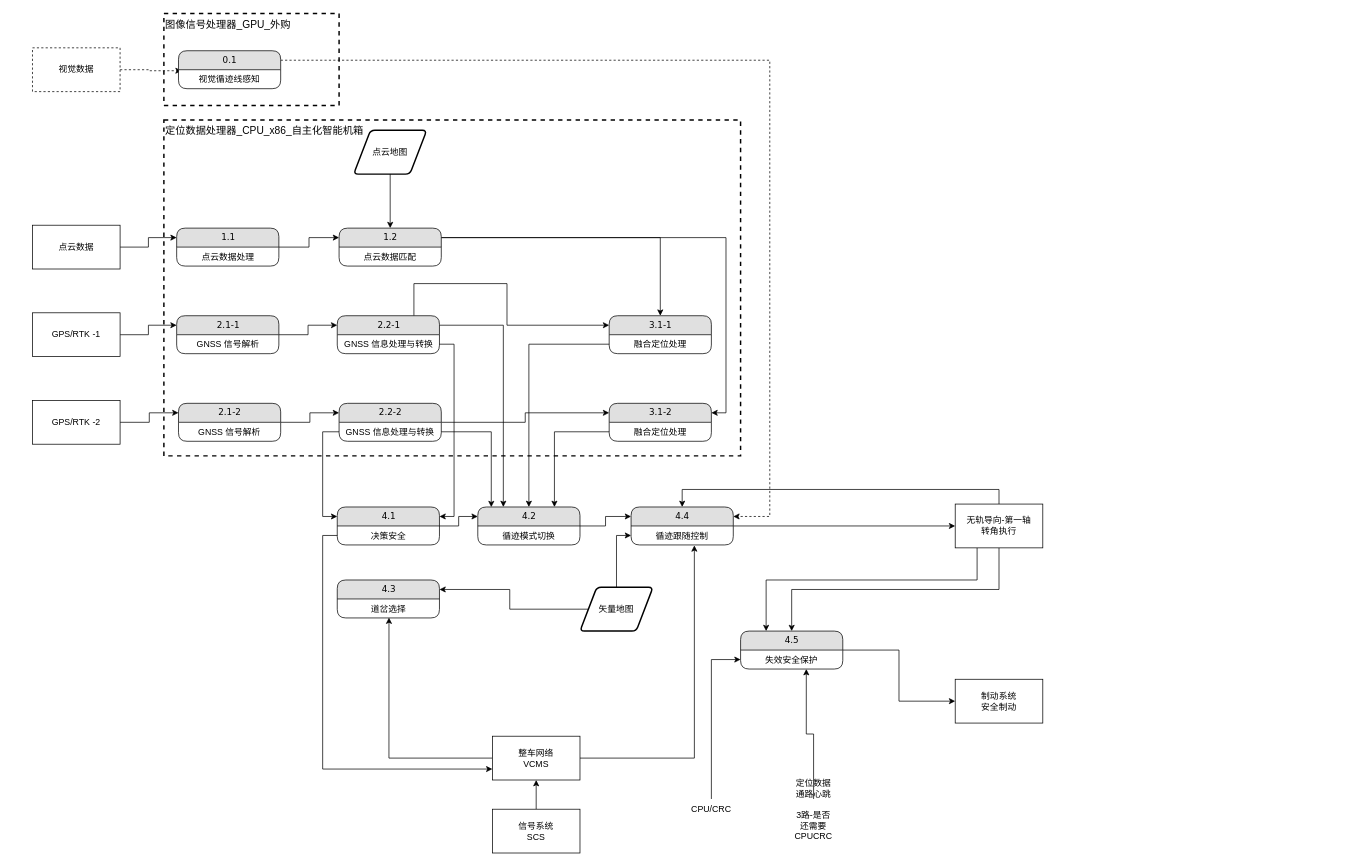
The draw.io diagram page "数据流" (2 of 2) of 马来循迹控制_SIL2方案.drawio in FrankWong-cs/SharingwithColleagues, before the edit. Source tidied: cells renumbered, new cells numbered last; positions are measured from the earlier drawing's top-left corner, leaving out a move shared by most shapes. Both pictures are drawn from the tidied source at 73%, with x=0, y=0 at pixel (32, 13).
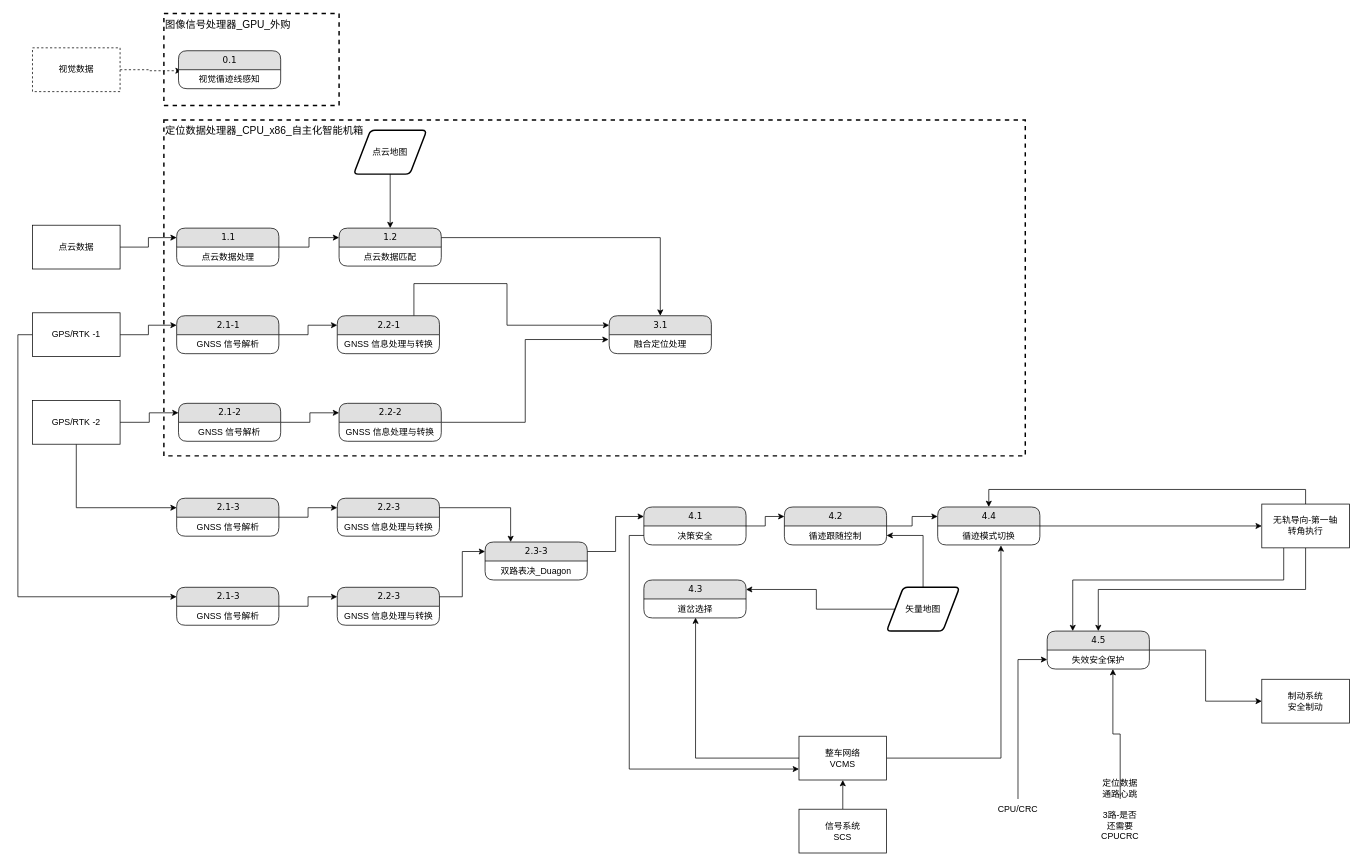
After the change.

The change refers to these unchanged cells:
```xml
<mxCell id="7" value="GPS/RTK -1" style="rounded=0;whiteSpace=wrap;html=1;" parent="1" vertex="1">
  <mxGeometry y="410" width="120" height="60" as="geometry" />
</mxCell>
<mxCell id="9" value="GPS/RTK -2" style="rounded=0;whiteSpace=wrap;html=1;" parent="1" vertex="1">
  <mxGeometry y="530" width="120" height="60" as="geometry" />
</mxCell>
<mxCell id="18" value="0.1" style="swimlane;html=1;fontStyle=0;horizontal=1;startSize=26;fillColor=#e0e0e0;swimlaneFillColor=#ffffff;align=center;rounded=1;shadow=0;comic=0;labelBackgroundColor=none;strokeWidth=1;fontFamily=Verdana;fontSize=12;" parent="1" vertex="1">
  <mxGeometry x="200" y="51" width="140" height="52" as="geometry" />
</mxCell>
<mxCell id="29" value="1.2" style="swimlane;html=1;fontStyle=0;horizontal=1;startSize=26;fillColor=#e0e0e0;swimlaneFillColor=#ffffff;align=center;rounded=1;shadow=0;comic=0;labelBackgroundColor=none;strokeWidth=1;fontFamily=Verdana;fontSize=12;" parent="1" vertex="1">
  <mxGeometry x="420" y="294" width="140" height="52" as="geometry" />
</mxCell>
<mxCell id="33" value="2.2-1" style="swimlane;html=1;fontStyle=0;horizontal=1;startSize=26;fillColor=#e0e0e0;swimlaneFillColor=#ffffff;align=center;rounded=1;shadow=0;comic=0;labelBackgroundColor=none;strokeWidth=1;fontFamily=Verdana;fontSize=12;" parent="1" vertex="1">
  <mxGeometry x="417.5" y="414" width="140" height="52" as="geometry" />
</mxCell>
<mxCell id="34" value="GNSS 信息处理与转换" style="text;html=1;strokeColor=none;fillColor=none;spacingLeft=4;spacingRight=4;whiteSpace=wrap;overflow=hidden;points=[[0,0.5],[1,0.5]];portConstraint=eastwest;align=center;" parent="33" vertex="1">
  <mxGeometry y="26" width="140" height="26" as="geometry" />
</mxCell>
<mxCell id="36" value="融合定位处理" style="text;html=1;strokeColor=none;fillColor=none;spacingLeft=4;spacingRight=4;whiteSpace=wrap;overflow=hidden;points=[[0,0.5],[1,0.5]];portConstraint=eastwest;align=center;" parent="35" vertex="1">
  <mxGeometry y="26" width="140" height="26" as="geometry" />
</mxCell>
<mxCell id="41" value="2.2-2" style="swimlane;html=1;fontStyle=0;horizontal=1;startSize=26;fillColor=#e0e0e0;swimlaneFillColor=#ffffff;align=center;rounded=1;shadow=0;comic=0;labelBackgroundColor=none;strokeWidth=1;fontFamily=Verdana;fontSize=12;" parent="1" vertex="1">
  <mxGeometry x="420" y="534" width="140" height="52" as="geometry" />
</mxCell>
<mxCell id="42" value="GNSS 信息处理与转换" style="text;html=1;strokeColor=none;fillColor=none;spacingLeft=4;spacingRight=4;whiteSpace=wrap;overflow=hidden;points=[[0,0.5],[1,0.5]];portConstraint=eastwest;align=center;" parent="41" vertex="1">
  <mxGeometry y="26" width="140" height="26" as="geometry" />
</mxCell>
```

Diff of the diagram source:
```diff
@@
     <mxCell id="3" value="定位数据处理器_CPU_x86_自主化智能机箱" style="rounded=0;whiteSpace=wrap;html=1;fillColor=none;dashed=1;strokeWidth=2;align=left;verticalAlign=top;fontSize=14;" parent="1" vertex="1">
-      <mxGeometry x="180" y="146" width="790" height="460" as="geometry" />
+      <mxGeometry x="180" y="146" width="1180" height="460" as="geometry" />
     </mxCell>
@@
+    <mxCell id="78" style="edgeStyle=orthogonalEdgeStyle;rounded=0;jettySize=auto;html=1;exitX=0;exitY=0.5;exitDx=0;exitDy=0;entryX=0;entryY=0.25;entryDx=0;entryDy=0;" parent="1" edge="1" source="7" target="88">
+      <mxGeometry relative="1" as="geometry" />
+    </mxCell>
@@
+    <mxCell id="79" style="edgeStyle=orthogonalEdgeStyle;rounded=0;jettySize=auto;html=1;exitX=0.5;exitY=1;exitDx=0;exitDy=0;entryX=0;entryY=0.25;entryDx=0;entryDy=0;" parent="1" edge="1" source="9" target="81">
+      <mxGeometry relative="1" as="geometry" />
+    </mxCell>
@@
     <mxCell id="14" style="edgeStyle=orthogonalEdgeStyle;rounded=0;jettySize=auto;html=1;exitX=0.25;exitY=1;exitDx=0;exitDy=0;entryX=0.25;entryY=0;entryDx=0;entryDy=0;" parent="1" edge="1" source="15" target="56">
       <mxGeometry relative="1" as="geometry">
         <Array as="points">
-          <mxPoint x="1294" y="776" />
-          <mxPoint x="1005" y="776" />
+          <mxPoint x="1714" y="776" />
+          <mxPoint x="1425" y="776" />
         </Array>
       </mxGeometry>
     </mxCell>
     <mxCell id="15" value="无轨导向-第一轴&lt;br&gt;转角执行" style="rounded=0;whiteSpace=wrap;html=1;" parent="1" vertex="1">
-      <mxGeometry x="1264" y="672" width="120" height="60" as="geometry" />
+      <mxGeometry x="1684" y="672" width="120" height="60" as="geometry" />
     </mxCell>
     <mxCell id="16" value="制动系统&lt;br&gt;安全制动" style="rounded=0;whiteSpace=wrap;html=1;" parent="1" vertex="1">
-      <mxGeometry x="1264" y="912" width="120" height="60" as="geometry" />
+      <mxGeometry x="1684" y="912" width="120" height="60" as="geometry" />
     </mxCell>
-    <mxCell id="17" style="edgeStyle=orthogonalEdgeStyle;rounded=0;jettySize=auto;html=1;exitX=1;exitY=0.25;exitDx=0;exitDy=0;entryX=1;entryY=0.25;entryDx=0;entryDy=0;dashed=1;" parent="1" edge="1" source="18" target="53">
-      <mxGeometry relative="1" as="geometry">
-        <Array as="points">
-          <mxPoint x="1010" y="64" />
-          <mxPoint x="1010" y="689" />
-        </Array>
-      </mxGeometry>
-    </mxCell>
@@
-    <mxCell id="28" style="edgeStyle=orthogonalEdgeStyle;rounded=0;jettySize=auto;html=1;exitX=1;exitY=0.25;exitDx=0;exitDy=0;entryX=1;entryY=0.25;entryDx=0;entryDy=0;" parent="1" edge="1" source="29" target="43">
-      <mxGeometry relative="1" as="geometry" />
-    </mxCell>
@@
-    <mxCell id="32" style="edgeStyle=orthogonalEdgeStyle;rounded=0;jettySize=auto;html=1;exitX=1;exitY=0.25;exitDx=0;exitDy=0;entryX=0.25;entryY=0;entryDx=0;entryDy=0;" parent="1" edge="1" source="33" target="48">
-      <mxGeometry relative="1" as="geometry" />
-    </mxCell>
@@
-    <mxCell id="35" value="3.1-1" style="swimlane;html=1;fontStyle=0;horizontal=1;startSize=26;fillColor=#e0e0e0;swimlaneFillColor=#ffffff;align=center;rounded=1;shadow=0;comic=0;labelBackgroundColor=none;strokeWidth=1;fontFamily=Verdana;fontSize=12;" parent="1" vertex="1">
+    <mxCell id="35" value="3.1" style="swimlane;html=1;fontStyle=0;horizontal=1;startSize=26;fillColor=#e0e0e0;swimlaneFillColor=#ffffff;align=center;rounded=1;shadow=0;comic=0;labelBackgroundColor=none;strokeWidth=1;fontFamily=Verdana;fontSize=12;" parent="1" vertex="1">
       <mxGeometry x="790" y="414" width="140" height="52" as="geometry" />
     </mxCell>
@@
-    <mxCell id="40" style="edgeStyle=orthogonalEdgeStyle;rounded=0;jettySize=auto;html=1;exitX=1;exitY=0.5;exitDx=0;exitDy=0;entryX=0;entryY=0.25;entryDx=0;entryDy=0;" parent="1" edge="1" source="41" target="43">
+    <mxCell id="40" style="edgeStyle=orthogonalEdgeStyle;rounded=0;jettySize=auto;html=1;exitX=1;exitY=0.5;exitDx=0;exitDy=0;entryX=-0.006;entryY=0.254;entryDx=0;entryDy=0;entryPerimeter=0;" parent="1" edge="1" source="41" target="36">
       <mxGeometry relative="1" as="geometry" />
     </mxCell>
@@
-    <mxCell id="43" value="3.1-2" style="swimlane;html=1;fontStyle=0;horizontal=1;startSize=26;fillColor=#e0e0e0;swimlaneFillColor=#ffffff;align=center;rounded=1;shadow=0;comic=0;labelBackgroundColor=none;strokeWidth=1;fontFamily=Verdana;fontSize=12;" parent="1" vertex="1">
-      <mxGeometry x="790" y="534" width="140" height="52" as="geometry" />
-    </mxCell>
-    <mxCell id="44" value="融合定位处理" style="text;html=1;strokeColor=none;fillColor=none;spacingLeft=4;spacingRight=4;whiteSpace=wrap;overflow=hidden;points=[[0,0.5],[1,0.5]];portConstraint=eastwest;align=center;" parent="43" vertex="1">
-      <mxGeometry y="26" width="140" height="26" as="geometry" />
-    </mxCell>
     <mxCell id="45" value="4.1" style="swimlane;html=1;fontStyle=0;horizontal=1;startSize=26;fillColor=#e0e0e0;swimlaneFillColor=#ffffff;align=center;rounded=1;shadow=0;comic=0;labelBackgroundColor=none;strokeWidth=1;fontFamily=Verdana;fontSize=12;" parent="1" vertex="1">
-      <mxGeometry x="417.5" y="676" width="140" height="52" as="geometry" />
+      <mxGeometry x="837.5" y="676" width="140" height="52" as="geometry" />
     </mxCell>
@@
     <mxCell id="48" value="4.2" style="swimlane;html=1;fontStyle=0;horizontal=1;startSize=26;fillColor=#e0e0e0;swimlaneFillColor=#ffffff;align=center;rounded=1;shadow=0;comic=0;labelBackgroundColor=none;strokeWidth=1;fontFamily=Verdana;fontSize=12;" parent="1" vertex="1">
-      <mxGeometry x="610" y="676" width="140" height="52" as="geometry" />
+      <mxGeometry x="1030" y="676" width="140" height="52" as="geometry" />
     </mxCell>
-    <mxCell id="49" value="循迹模式切换" style="text;html=1;strokeColor=none;fillColor=none;spacingLeft=4;spacingRight=4;whiteSpace=wrap;overflow=hidden;points=[[0,0.5],[1,0.5]];portConstraint=eastwest;align=center;" parent="48" vertex="1">
+    <mxCell id="49" value="循迹跟随控制" style="text;html=1;strokeColor=none;fillColor=none;spacingLeft=4;spacingRight=4;whiteSpace=wrap;overflow=hidden;points=[[0,0.5],[1,0.5]];portConstraint=eastwest;align=center;" parent="48" vertex="1">
       <mxGeometry y="26" width="140" height="26" as="geometry" />
     </mxCell>
     <mxCell id="50" value="4.3" style="swimlane;html=1;fontStyle=0;horizontal=1;startSize=26;fillColor=#e0e0e0;swimlaneFillColor=#ffffff;align=center;rounded=1;shadow=0;comic=0;labelBackgroundColor=none;strokeWidth=1;fontFamily=Verdana;fontSize=12;" parent="1" vertex="1">
-      <mxGeometry x="417.5" y="776" width="140" height="52" as="geometry" />
+      <mxGeometry x="837.5" y="776" width="140" height="52" as="geometry" />
     </mxCell>
@@
     <mxCell id="53" value="4.4" style="swimlane;html=1;fontStyle=0;horizontal=1;startSize=26;fillColor=#e0e0e0;swimlaneFillColor=#ffffff;align=center;rounded=1;shadow=0;comic=0;labelBackgroundColor=none;strokeWidth=1;fontFamily=Verdana;fontSize=12;" parent="1" vertex="1">
-      <mxGeometry x="820" y="676" width="140" height="52" as="geometry" />
+      <mxGeometry x="1240" y="676" width="140" height="52" as="geometry" />
     </mxCell>
-    <mxCell id="54" value="循迹跟随控制" style="text;html=1;strokeColor=none;fillColor=none;spacingLeft=4;spacingRight=4;whiteSpace=wrap;overflow=hidden;points=[[0,0.5],[1,0.5]];portConstraint=eastwest;align=center;" parent="53" vertex="1">
+    <mxCell id="54" value="循迹模式切换" style="text;html=1;strokeColor=none;fillColor=none;spacingLeft=4;spacingRight=4;whiteSpace=wrap;overflow=hidden;points=[[0,0.5],[1,0.5]];portConstraint=eastwest;align=center;" parent="53" vertex="1">
       <mxGeometry y="26" width="140" height="26" as="geometry" />
     </mxCell>
@@
     <mxCell id="56" value="4.5" style="swimlane;html=1;fontStyle=0;horizontal=1;startSize=26;fillColor=#e0e0e0;swimlaneFillColor=#ffffff;align=center;rounded=1;shadow=0;comic=0;labelBackgroundColor=none;strokeWidth=1;fontFamily=Verdana;fontSize=12;" parent="1" vertex="1">
-      <mxGeometry x="970" y="846" width="140" height="52" as="geometry" />
+      <mxGeometry x="1390" y="846" width="140" height="52" as="geometry" />
     </mxCell>
@@
-    <mxCell id="58" style="edgeStyle=orthogonalEdgeStyle;rounded=0;jettySize=auto;html=1;exitX=0;exitY=0.5;exitDx=0;exitDy=0;entryX=0.5;entryY=0;entryDx=0;entryDy=0;" parent="1" edge="1" source="36" target="48">
-      <mxGeometry relative="1" as="geometry" />
-    </mxCell>
-    <mxCell id="59" style="edgeStyle=orthogonalEdgeStyle;rounded=0;jettySize=auto;html=1;exitX=0;exitY=0.5;exitDx=0;exitDy=0;entryX=0.75;entryY=0;entryDx=0;entryDy=0;" parent="1" edge="1" source="44" target="48">
-      <mxGeometry relative="1" as="geometry" />
-    </mxCell>
@@
     <mxCell id="61" value="信号系统&lt;br&gt;SCS" style="rounded=0;whiteSpace=wrap;html=1;" parent="1" vertex="1">
-      <mxGeometry x="630" y="1090" width="120" height="60" as="geometry" />
+      <mxGeometry x="1050" y="1090" width="120" height="60" as="geometry" />
     </mxCell>
@@
     <mxCell id="64" value="整车网络&lt;br&gt;VCMS" style="rounded=0;whiteSpace=wrap;html=1;" parent="1" vertex="1">
-      <mxGeometry x="630" y="990" width="120" height="60" as="geometry" />
+      <mxGeometry x="1050" y="990" width="120" height="60" as="geometry" />
     </mxCell>
@@
-    <mxCell id="66" style="edgeStyle=orthogonalEdgeStyle;rounded=0;jettySize=auto;html=1;exitX=0;exitY=0.5;exitDx=0;exitDy=0;entryX=0;entryY=0.25;entryDx=0;entryDy=0;" parent="1" edge="1" source="42" target="45">
-      <mxGeometry relative="1" as="geometry" />
-    </mxCell>
-    <mxCell id="67" style="edgeStyle=orthogonalEdgeStyle;rounded=0;jettySize=auto;html=1;exitX=1;exitY=0.5;exitDx=0;exitDy=0;entryX=1;entryY=0.25;entryDx=0;entryDy=0;" parent="1" edge="1" source="34" target="45">
-      <mxGeometry relative="1" as="geometry" />
-    </mxCell>
-    <mxCell id="68" style="edgeStyle=orthogonalEdgeStyle;rounded=0;jettySize=auto;html=1;exitX=1;exitY=0.5;exitDx=0;exitDy=0;entryX=0.132;entryY=0.004;entryDx=0;entryDy=0;entryPerimeter=0;" parent="1" edge="1" source="42" target="48">
-      <mxGeometry relative="1" as="geometry" />
-    </mxCell>
-    <mxCell id="69" style="edgeStyle=orthogonalEdgeStyle;rounded=0;jettySize=auto;html=1;exitX=0.5;exitY=0;exitDx=0;exitDy=0;" parent="1" edge="1" source="71" target="54">
+    <mxCell id="69" style="edgeStyle=orthogonalEdgeStyle;rounded=0;jettySize=auto;html=1;exitX=0.5;exitY=0;exitDx=0;exitDy=0;" parent="1" edge="1" source="71" target="49">
       <mxGeometry relative="1" as="geometry" />
     </mxCell>
@@
     <mxCell id="71" value="矢量地图" style="shape=parallelogram;html=1;strokeWidth=2;perimeter=parallelogramPerimeter;whiteSpace=wrap;rounded=1;arcSize=12;size=0.23;" parent="1" vertex="1">
-      <mxGeometry x="750" y="786" width="100" height="60" as="geometry" />
+      <mxGeometry x="1170" y="786" width="100" height="60" as="geometry" />
     </mxCell>
@@
     <mxCell id="74" value="CPU/CRC" style="text;html=1;strokeColor=none;fillColor=none;align=center;verticalAlign=middle;whiteSpace=wrap;rounded=0;" parent="1" vertex="1">
-      <mxGeometry x="900" y="1076" width="60" height="30" as="geometry" />
+      <mxGeometry x="1320" y="1076" width="60" height="30" as="geometry" />
     </mxCell>
@@
     <mxCell id="76" value="定位数据通路心跳&lt;br&gt;&lt;br&gt;3路-是否还需要CPUCRC" style="text;html=1;strokeColor=none;fillColor=none;align=center;verticalAlign=middle;whiteSpace=wrap;rounded=0;" parent="1" vertex="1">
-      <mxGeometry x="1040" y="1076" width="60" height="30" as="geometry" />
+      <mxGeometry x="1460" y="1076" width="60" height="30" as="geometry" />
     </mxCell>
@@
+    <mxCell id="80" style="edgeStyle=orthogonalEdgeStyle;rounded=0;jettySize=auto;html=1;exitX=1;exitY=0.5;exitDx=0;exitDy=0;entryX=0;entryY=0.25;entryDx=0;entryDy=0;" parent="1" edge="1" source="81" target="85">
+      <mxGeometry relative="1" as="geometry" />
+    </mxCell>
+    <mxCell id="81" value="2.1-3" style="swimlane;html=1;fontStyle=0;horizontal=1;startSize=26;fillColor=#e0e0e0;swimlaneFillColor=#ffffff;align=center;rounded=1;shadow=0;comic=0;labelBackgroundColor=none;strokeWidth=1;fontFamily=Verdana;fontSize=12;" parent="1" vertex="1">
+      <mxGeometry x="197.5" y="664" width="140" height="52" as="geometry" />
+    </mxCell>
+    <mxCell id="82" value="GNSS 信号解析" style="text;html=1;strokeColor=none;fillColor=none;spacingLeft=4;spacingRight=4;whiteSpace=wrap;overflow=hidden;align=center;" parent="81" vertex="1">
+      <mxGeometry y="26" width="140" height="26" as="geometry" />
+    </mxCell>
+    <mxCell id="83" style="edgeStyle=orthogonalEdgeStyle;rounded=0;jettySize=auto;html=1;exitX=1;exitY=0.25;exitDx=0;exitDy=0;" parent="1" edge="1" source="85">
+      <mxGeometry relative="1" as="geometry">
+        <mxPoint x="540.2" y="677.3" as="targetPoint" />
+      </mxGeometry>
+    </mxCell>
+    <mxCell id="84" style="edgeStyle=orthogonalEdgeStyle;rounded=0;jettySize=auto;html=1;exitX=1;exitY=0.25;exitDx=0;exitDy=0;entryX=0.25;entryY=0;entryDx=0;entryDy=0;" parent="1" edge="1" source="85" target="94">
+      <mxGeometry relative="1" as="geometry" />
+    </mxCell>
+    <mxCell id="85" value="2.2-3" style="swimlane;html=1;fontStyle=0;horizontal=1;startSize=26;fillColor=#e0e0e0;swimlaneFillColor=#ffffff;align=center;rounded=1;shadow=0;comic=0;labelBackgroundColor=none;strokeWidth=1;fontFamily=Verdana;fontSize=12;" parent="1" vertex="1">
+      <mxGeometry x="417.5" y="664" width="140" height="52" as="geometry" />
+    </mxCell>
+    <mxCell id="86" value="GNSS 信息处理与转换" style="text;html=1;strokeColor=none;fillColor=none;spacingLeft=4;spacingRight=4;whiteSpace=wrap;overflow=hidden;align=center;" parent="85" vertex="1">
+      <mxGeometry y="26" width="140" height="26" as="geometry" />
+    </mxCell>
+    <mxCell id="87" style="edgeStyle=orthogonalEdgeStyle;rounded=0;jettySize=auto;html=1;exitX=1;exitY=0.5;exitDx=0;exitDy=0;entryX=0;entryY=0.25;entryDx=0;entryDy=0;" parent="1" edge="1" source="88" target="91">
+      <mxGeometry relative="1" as="geometry" />
+    </mxCell>
+    <mxCell id="88" value="2.1-3" style="swimlane;html=1;fontStyle=0;horizontal=1;startSize=26;fillColor=#e0e0e0;swimlaneFillColor=#ffffff;align=center;rounded=1;shadow=0;comic=0;labelBackgroundColor=none;strokeWidth=1;fontFamily=Verdana;fontSize=12;" parent="1" vertex="1">
+      <mxGeometry x="197.5" y="786" width="140" height="52" as="geometry" />
+    </mxCell>
+    <mxCell id="89" value="GNSS 信号解析" style="text;html=1;strokeColor=none;fillColor=none;spacingLeft=4;spacingRight=4;whiteSpace=wrap;overflow=hidden;align=center;" parent="88" vertex="1">
+      <mxGeometry y="26" width="140" height="26" as="geometry" />
+    </mxCell>
+    <mxCell id="90" style="edgeStyle=orthogonalEdgeStyle;rounded=0;jettySize=auto;html=1;exitX=1;exitY=0.25;exitDx=0;exitDy=0;entryX=0;entryY=0.25;entryDx=0;entryDy=0;" parent="1" edge="1" source="91" target="94">
+      <mxGeometry relative="1" as="geometry" />
+    </mxCell>
+    <mxCell id="91" value="2.2-3" style="swimlane;html=1;fontStyle=0;horizontal=1;startSize=26;fillColor=#e0e0e0;swimlaneFillColor=#ffffff;align=center;rounded=1;shadow=0;comic=0;labelBackgroundColor=none;strokeWidth=1;fontFamily=Verdana;fontSize=12;" parent="1" vertex="1">
+      <mxGeometry x="417.5" y="786" width="140" height="52" as="geometry" />
+    </mxCell>
+    <mxCell id="92" value="GNSS 信息处理与转换" style="text;html=1;strokeColor=none;fillColor=none;spacingLeft=4;spacingRight=4;whiteSpace=wrap;overflow=hidden;align=center;" parent="91" vertex="1">
+      <mxGeometry y="26" width="140" height="26" as="geometry" />
+    </mxCell>
+    <mxCell id="93" style="edgeStyle=orthogonalEdgeStyle;rounded=0;jettySize=auto;html=1;exitX=1;exitY=0.25;exitDx=0;exitDy=0;entryX=0;entryY=0.25;entryDx=0;entryDy=0;" parent="1" edge="1" source="94" target="45">
+      <mxGeometry relative="1" as="geometry" />
+    </mxCell>
+    <mxCell id="94" value="2.3-3" style="swimlane;html=1;fontStyle=0;horizontal=1;startSize=26;fillColor=#e0e0e0;swimlaneFillColor=#ffffff;align=center;rounded=1;shadow=0;comic=0;labelBackgroundColor=none;strokeWidth=1;fontFamily=Verdana;fontSize=12;" parent="1" vertex="1">
+      <mxGeometry x="620" y="724" width="140" height="52" as="geometry" />
+    </mxCell>
+    <mxCell id="95" value="双路表决_Duagon" style="text;html=1;strokeColor=none;fillColor=none;spacingLeft=4;spacingRight=4;whiteSpace=wrap;overflow=hidden;align=center;" parent="94" vertex="1">
+      <mxGeometry y="26" width="140" height="26" as="geometry" />
+    </mxCell>
```
